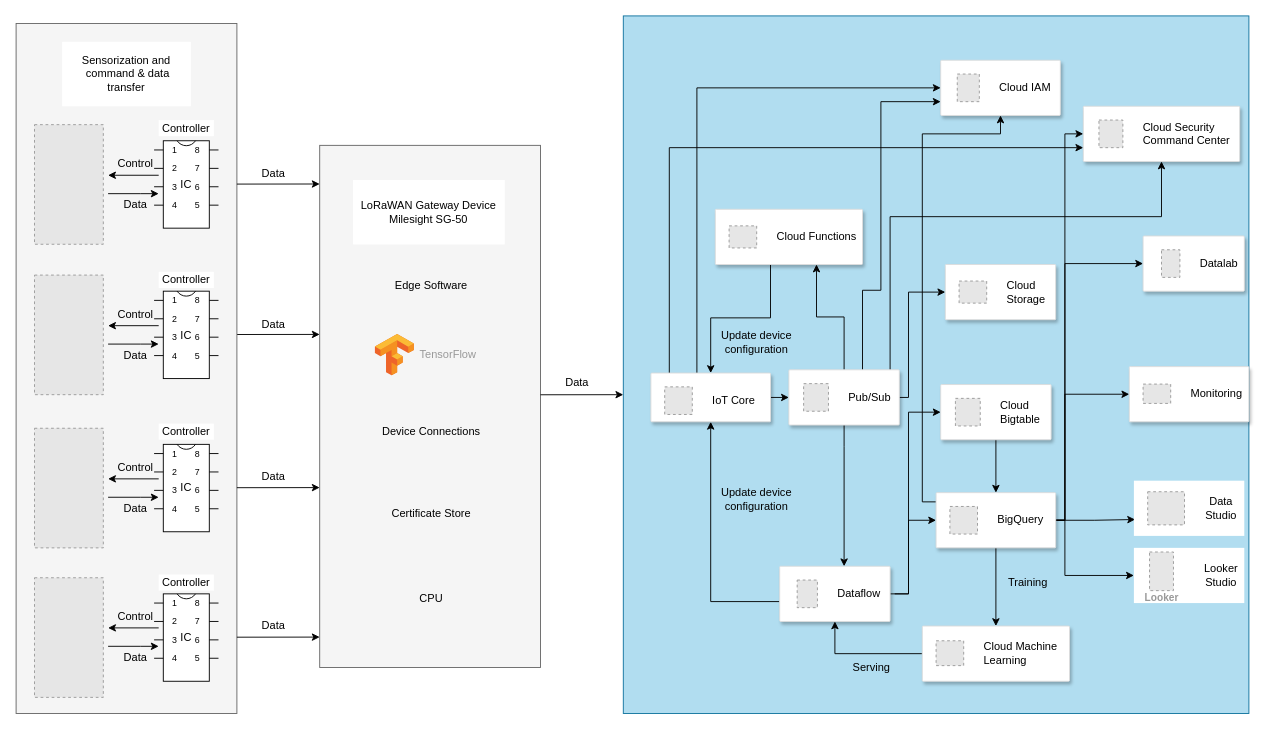
lucasmarti11/TFG_Arduino keeps this draw.io diagram as Trabajo Comunicación Industrial.drawio. Above is the earlier version. Source tidied: cells renumbered, new cells numbered last; positions are measured from the earlier drawing's top-left corner, leaving out a move shared by most shapes. Both pictures are drawn from the tidied source at 92%, with x=0, y=0 at pixel (16, 16). Pictures stored in the file or linked from it are replaced by grey dashed boxes.
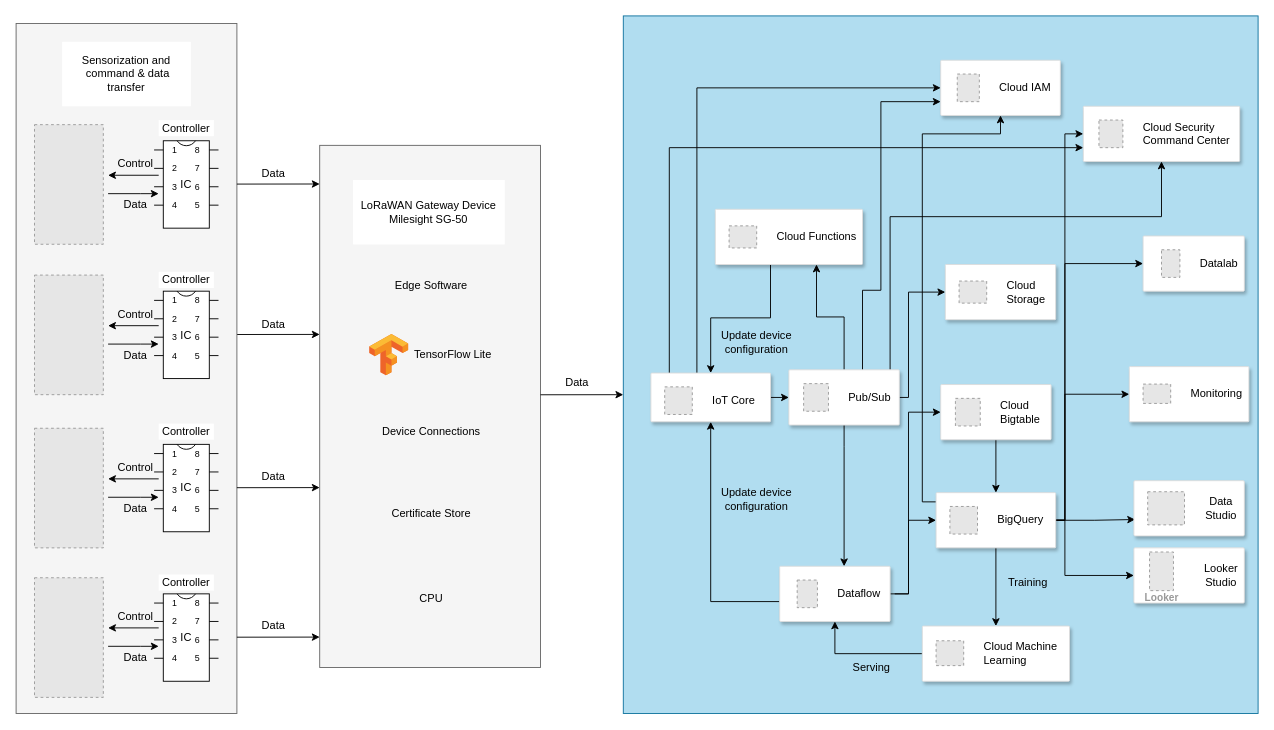
The same page after the edit.

What changed in the source:
```diff
@@
-    <mxCell id="37" value="LoRaWAN Gateway Device&lt;div&gt;Milesight SG-50&lt;/div&gt;" style="text;html=1;align=center;verticalAlign=middle;whiteSpace=wrap;rounded=0;fillColor=default;" parent="1" vertex="1">
+    <mxCell id="37" value="LoRaWAN Gateway Device&lt;div&gt;Milesight SG-50&lt;/div&gt;" style="text;html=1;align=center;verticalAlign=middle;whiteSpace=wrap;rounded=0;fillColor=default;fontFamily=Helvetica;fontSize=12;fontColor=default;" parent="1" vertex="1">
       <mxGeometry x="366.2" y="178.2" width="165" height="70" as="geometry" />
     </mxCell>
@@
     <mxCell id="48" style="rounded=0;whiteSpace=wrap;html=1;fillColor=#b1ddf0;strokeColor=#10739e;" parent="1" vertex="1">
-      <mxGeometry x="660" y="-0.2" width="680" height="758.2" as="geometry" />
+      <mxGeometry x="660" y="-0.2" width="690" height="758.2" as="geometry" />
     </mxCell>
@@
-    <mxCell id="90" style="rounded=0;whiteSpace=wrap;html=1;strokeColor=none;" parent="1" vertex="1">
+    <mxCell id="90" style="rounded=1;whiteSpace=wrap;html=1;strokeColor=#dddddd;shadow=1;strokeWidth=1;align=center;verticalAlign=middle;arcSize=2;fontFamily=Helvetica;fontSize=12;fontColor=default;fillColor=default;" parent="1" vertex="1">
       <mxGeometry x="1215" y="505" width="120" height="60" as="geometry" />
     </mxCell>
@@
     <mxCell id="101" style="strokeColor=none;shadow=0;strokeWidth=1;rounded=0;absoluteArcSize=1;arcSize=2;fillColor=none;" parent="1" vertex="1">
-      <mxGeometry x="385" y="338.5" width="130" height="60" as="geometry" />
+      <mxGeometry x="378.8" y="338.5" width="145" height="60" as="geometry" />
     </mxCell>
-    <mxCell id="102" value="TensorFlow" style="sketch=0;dashed=0;html=1;fillColor=#5184F3;strokeColor=none;shape=mxgraph.gcp2.tensorflow_logo;labelPosition=right;verticalLabelPosition=middle;align=left;verticalAlign=middle;spacingLeft=5;fontColor=#999999;fontSize=12;" parent="101" vertex="1">
+    <mxCell id="102" value="&lt;font color=&quot;#000000&quot;&gt;TensorFlow Lite&lt;/font&gt;" style="sketch=0;dashed=0;html=1;fillColor=#5184F3;strokeColor=none;shape=mxgraph.gcp2.tensorflow_logo;labelPosition=right;verticalLabelPosition=middle;align=left;verticalAlign=middle;spacingLeft=5;fontColor=#999999;fontSize=12;" parent="101" vertex="1">
       <mxGeometry width="42.3" height="45" relative="1" as="geometry">
         <mxPoint x="5" y="7" as="offset" />
       </mxGeometry>
     </mxCell>
-    <mxCell id="103" style="rounded=0;whiteSpace=wrap;html=1;strokeColor=none;" parent="1" vertex="1">
+    <mxCell id="103" style="rounded=1;whiteSpace=wrap;html=1;strokeColor=#dddddd;shadow=1;strokeWidth=1;align=center;verticalAlign=middle;arcSize=2;fontFamily=Helvetica;fontSize=12;fontColor=default;fillColor=default;" parent="1" vertex="1">
       <mxGeometry x="1215" y="578" width="120" height="60" as="geometry" />
     </mxCell>
```
